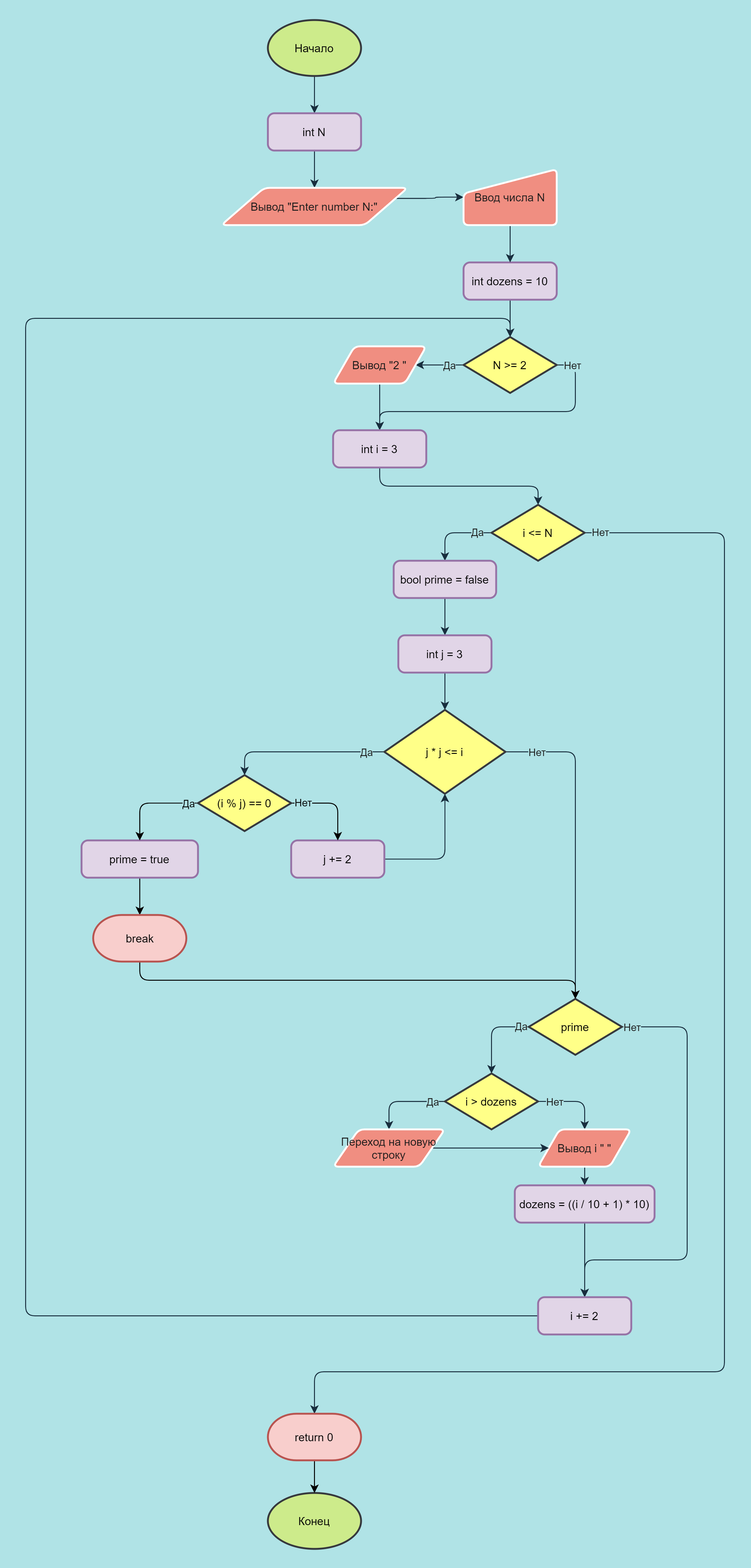
The draw.io diagram Lab3/flowchart.png in MoonFoxy/Programming_labs, before a commit. Source tidied: cells renumbered, new cells last; positions are measured from the earlier drawing's top-left corner, leaving out a move shared by most shapes.
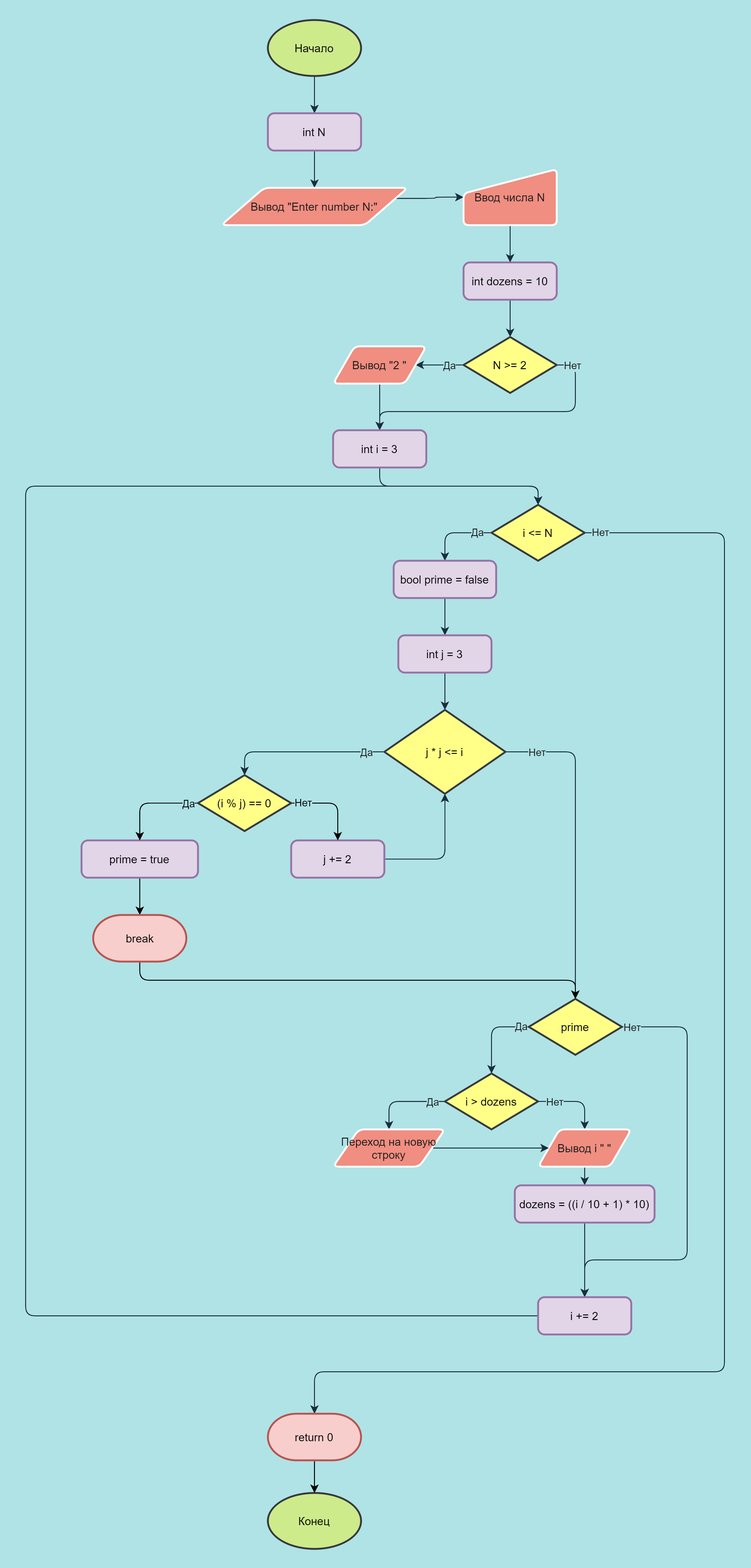
Above is the later version.

The edit, as a diff of the source:
```diff
@@ -173,12 +173,12 @@
     <mxCell id="54" value="dozens = ((i / 10 + 1) * 10)" style="whiteSpace=wrap;html=1;absoluteArcSize=1;arcSize=14;strokeWidth=2;fillColor=#e1d5e7;align=center;strokeColor=#9673a6;rounded=1;" parent="1" vertex="1">
       <mxGeometry x="525" y="1250" width="150" height="40" as="geometry" />
     </mxCell>
-    <mxCell id="55" style="edgeStyle=orthogonalEdgeStyle;comic=0;sketch=0;jettySize=auto;html=1;exitX=0;exitY=0.5;exitDx=0;exitDy=0;startFill=1;endFill=1;strokeColor=#182E3E;fontColor=#1A1A1A;entryX=0.5;entryY=0;entryDx=0;entryDy=0;entryPerimeter=0;labelBackgroundColor=#B0E3E6;" parent="1" edge="1" source="56" target="16">
+    <mxCell id="55" style="edgeStyle=orthogonalEdgeStyle;comic=0;sketch=0;jettySize=auto;html=1;exitX=0;exitY=0.5;exitDx=0;exitDy=0;startFill=1;endFill=1;strokeColor=#182E3E;fontColor=#1A1A1A;entryX=0.5;entryY=0;entryDx=0;entryDy=0;entryPerimeter=0;labelBackgroundColor=#B0E3E6;" parent="1" edge="1" source="56" target="25">
       <mxGeometry relative="1" as="geometry">
         <Array as="points">
           <mxPoint y="1390" />
-          <mxPoint y="320" />
-          <mxPoint x="520" y="320" />
+          <mxPoint y="500" />
+          <mxPoint x="550" y="500" />
         </Array>
       </mxGeometry>
     </mxCell>
```
